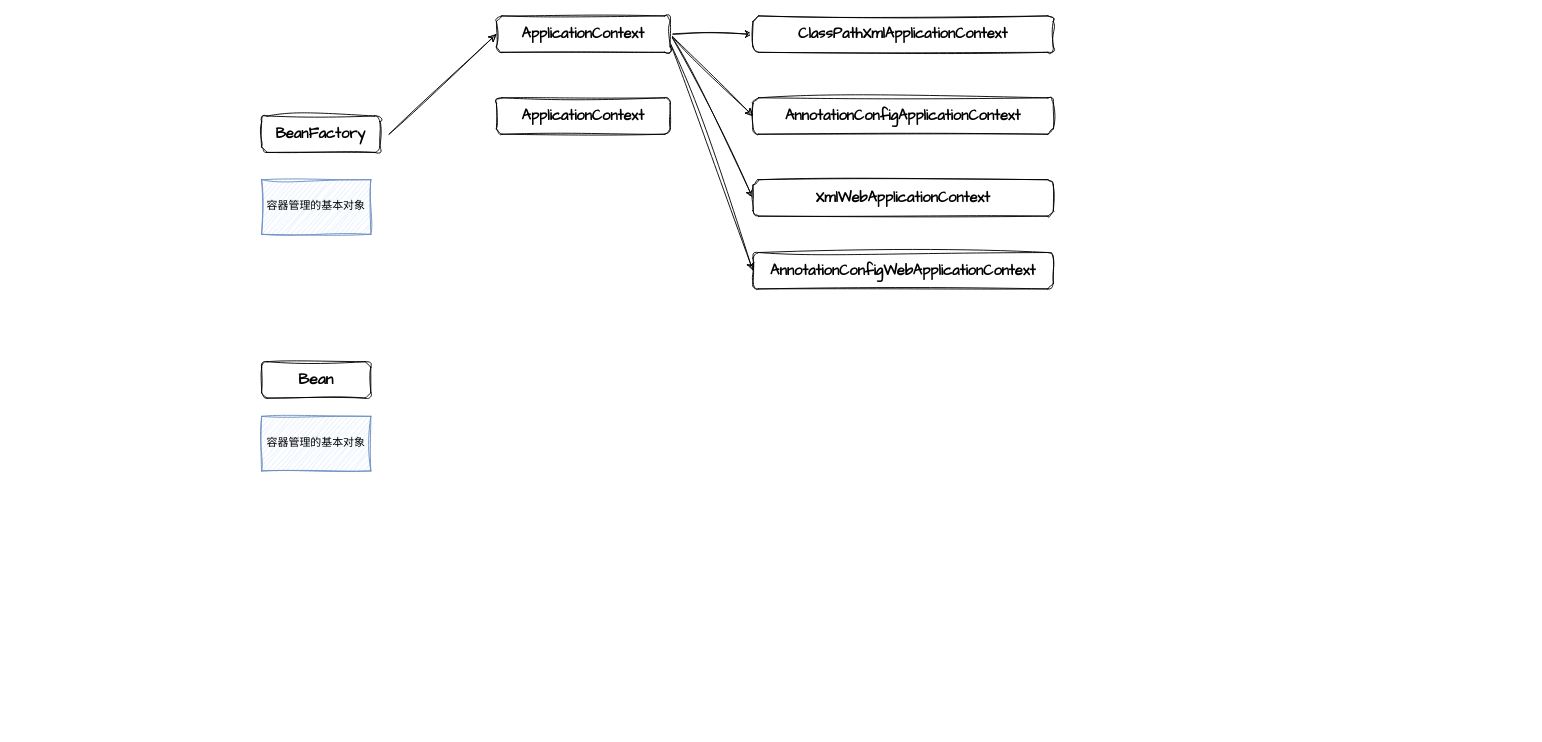
The draw.io diagram spring源码.drawio in minybear/drawIo, before the edit. Source tidied: cells renumbered, new cells numbered last; positions are measured from the earlier drawing's top-left corner, leaving out a move shared by most shapes. Both pictures are drawn from the tidied source at 91%, with x=0, y=0 at pixel (261, 15).
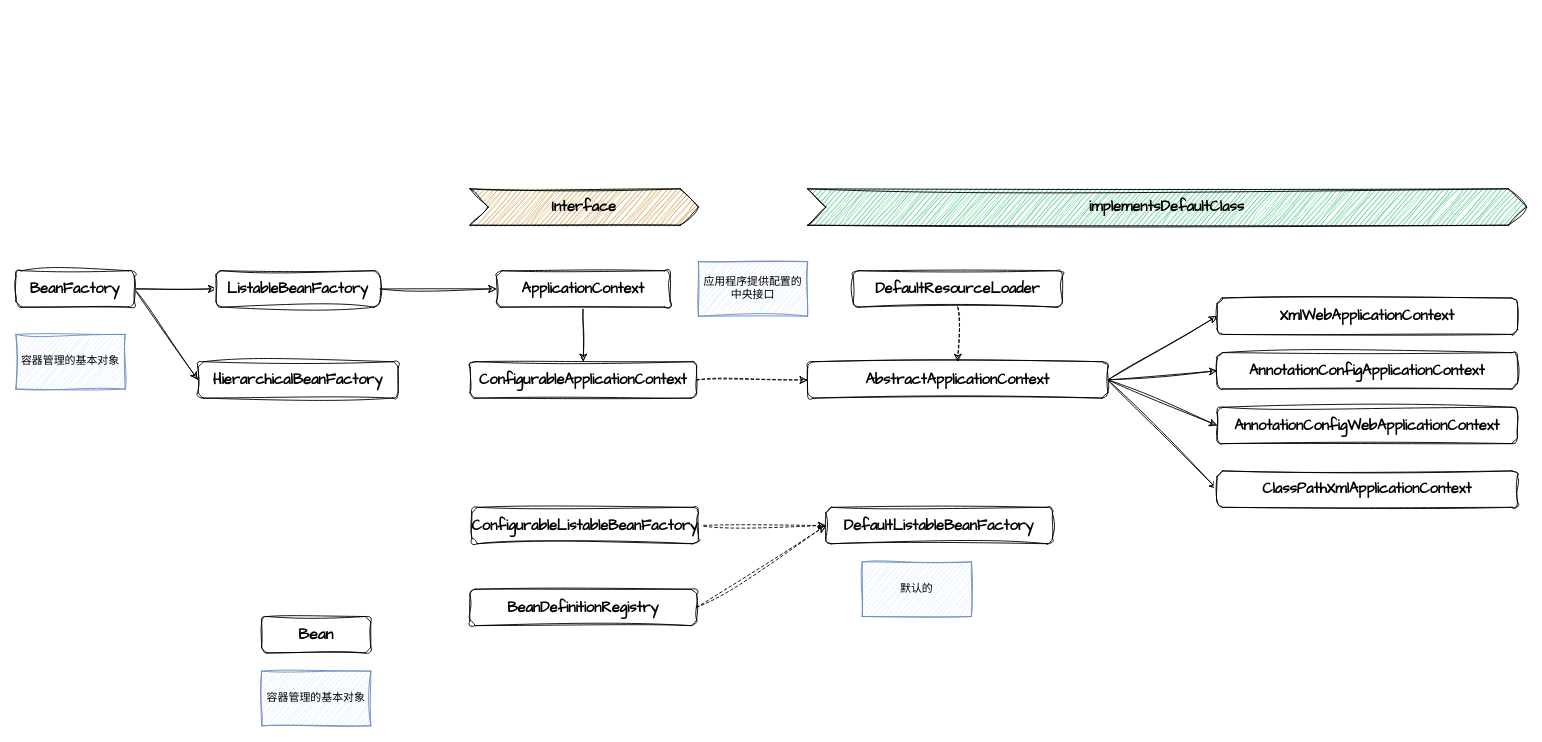
After the change.

Diff of the diagram source:
```diff
@@
+    <mxCell id="17" style="rounded=0;sketch=1;hachureGap=4;jiggle=2;curveFitting=1;jettySize=auto;html=1;exitX=1;exitY=0.5;exitDx=0;exitDy=0;entryX=0;entryY=0.5;entryDx=0;entryDy=0;fontFamily=Architects Daughter;" parent="1" edge="1" source="2" target="33">
+      <mxGeometry relative="1" as="geometry" />
+    </mxCell>
+    <mxCell id="18" style="rounded=0;sketch=1;hachureGap=4;jiggle=2;curveFitting=1;jettySize=auto;html=1;exitX=1;exitY=0.5;exitDx=0;exitDy=0;entryX=0;entryY=0.5;entryDx=0;entryDy=0;fontFamily=Architects Daughter;" parent="1" edge="1" source="2" target="34">
+      <mxGeometry relative="1" as="geometry" />
+    </mxCell>
     <mxCell id="2" value="BeanFactory" style="rounded=1;whiteSpace=wrap;html=1;sketch=1;hachureGap=4;jiggle=2;curveFitting=1;fontFamily=Architects Daughter;fontStyle=1;fontSize=16;" parent="1" vertex="1">
-      <mxGeometry y="110" width="130" height="40" as="geometry" />
+      <mxGeometry x="-270" y="280" width="130" height="40" as="geometry" />
     </mxCell>
-    <mxCell id="3" style="endArrow=classic;html=1;rounded=0;sketch=1;hachureGap=4;jiggle=2;curveFitting=1;fontFamily=Architects Daughter;entryX=0;entryY=0.5;entryDx=0;entryDy=0;" parent="1" edge="1" target="11">
-      <mxGeometry relative="1" as="geometry">
-        <mxPoint x="140" y="130" as="sourcePoint" />
-      </mxGeometry>
+    <mxCell id="3" style="endArrow=classic;html=1;rounded=0;sketch=1;hachureGap=4;jiggle=2;curveFitting=1;fontFamily=Architects Daughter;entryX=0;entryY=0.5;entryDx=0;entryDy=0;exitX=1;exitY=0.5;exitDx=0;exitDy=0;" parent="1" edge="1" source="33" target="11">
+      <mxGeometry relative="1" as="geometry" />
     </mxCell>
     <mxCell id="4" value="Bean" style="rounded=1;whiteSpace=wrap;html=1;sketch=1;hachureGap=4;jiggle=2;curveFitting=1;fontFamily=Architects Daughter;fontStyle=1;fontSize=17;" parent="1" vertex="1">
-      <mxGeometry y="380" width="120" height="40" as="geometry" />
+      <mxGeometry y="660" width="120" height="40" as="geometry" />
     </mxCell>
     <mxCell id="5" value="容器管理的基本对象" style="rounded=0;whiteSpace=wrap;html=1;sketch=1;hachureGap=4;jiggle=2;curveFitting=1;fontFamily=Architects Daughter;fillColor=#dae8fc;strokeColor=#6c8ebf;" parent="1" vertex="1">
-      <mxGeometry y="440" width="120" height="60" as="geometry" />
+      <mxGeometry y="720" width="120" height="60" as="geometry" />
     </mxCell>
     <mxCell id="6" value="容器管理的基本对象" style="rounded=0;whiteSpace=wrap;html=1;sketch=1;hachureGap=4;jiggle=2;curveFitting=1;fontFamily=Architects Daughter;fillColor=#dae8fc;strokeColor=#6c8ebf;" parent="1" vertex="1">
-      <mxGeometry y="180" width="120" height="60" as="geometry" />
+      <mxGeometry x="-270" y="350" width="120" height="60" as="geometry" />
     </mxCell>
-    <mxCell id="7" style="edgeStyle=orthogonalEdgeStyle;rounded=0;sketch=1;hachureGap=4;jiggle=2;curveFitting=1;jettySize=auto;html=1;exitX=1;exitY=0.5;exitDx=0;exitDy=0;fontFamily=Architects Daughter;entryX=0;entryY=0.5;entryDx=0;entryDy=0;" parent="1" edge="1" source="11" target="12">
+    <mxCell id="7" style="rounded=0;sketch=1;hachureGap=4;jiggle=2;curveFitting=1;jettySize=auto;html=1;fontFamily=Architects Daughter;entryX=0;entryY=0.5;entryDx=0;entryDy=0;exitX=1;exitY=0.5;exitDx=0;exitDy=0;" parent="1" edge="1" source="23" target="12">
       <mxGeometry relative="1" as="geometry" />
     </mxCell>
-    <mxCell id="8" style="edgeStyle=none;rounded=0;sketch=1;hachureGap=4;jiggle=2;curveFitting=1;jettySize=auto;html=1;exitX=1;exitY=0.5;exitDx=0;exitDy=0;fontFamily=Architects Daughter;entryX=0;entryY=0.5;entryDx=0;entryDy=0;" parent="1" edge="1" source="11" target="13">
+    <mxCell id="8" style="edgeStyle=none;rounded=0;sketch=1;hachureGap=4;jiggle=2;curveFitting=1;jettySize=auto;html=1;exitX=1;exitY=0.5;exitDx=0;exitDy=0;fontFamily=Architects Daughter;entryX=0;entryY=0.5;entryDx=0;entryDy=0;" parent="1" edge="1" source="23" target="13">
       <mxGeometry relative="1" as="geometry" />
     </mxCell>
-    <mxCell id="9" style="edgeStyle=none;rounded=0;sketch=1;hachureGap=4;jiggle=2;curveFitting=1;jettySize=auto;html=1;exitX=1;exitY=0.5;exitDx=0;exitDy=0;fontFamily=Architects Daughter;entryX=0;entryY=0.5;entryDx=0;entryDy=0;" parent="1" edge="1" source="11" target="14">
+    <mxCell id="9" style="edgeStyle=none;rounded=0;sketch=1;hachureGap=4;jiggle=2;curveFitting=1;jettySize=auto;html=1;exitX=1;exitY=0.5;exitDx=0;exitDy=0;fontFamily=Architects Daughter;entryX=0;entryY=0.5;entryDx=0;entryDy=0;" parent="1" edge="1" source="23" target="14">
       <mxGeometry relative="1" as="geometry" />
     </mxCell>
-    <mxCell id="10" style="edgeStyle=none;rounded=0;sketch=1;hachureGap=4;jiggle=2;curveFitting=1;jettySize=auto;html=1;exitX=1;exitY=0.75;exitDx=0;exitDy=0;fontFamily=Architects Daughter;entryX=0;entryY=0.5;entryDx=0;entryDy=0;" parent="1" edge="1" source="11" target="15">
+    <mxCell id="10" style="edgeStyle=none;rounded=0;sketch=1;hachureGap=4;jiggle=2;curveFitting=1;jettySize=auto;html=1;exitX=1;exitY=0.5;exitDx=0;exitDy=0;fontFamily=Architects Daughter;entryX=0;entryY=0.5;entryDx=0;entryDy=0;" parent="1" edge="1" source="23" target="15">
       <mxGeometry relative="1" as="geometry" />
     </mxCell>
+    <mxCell id="19" style="edgeStyle=orthogonalEdgeStyle;rounded=0;sketch=1;hachureGap=4;jiggle=2;curveFitting=1;jettySize=auto;html=1;exitX=0.5;exitY=1;exitDx=0;exitDy=0;entryX=0.5;entryY=0;entryDx=0;entryDy=0;fontFamily=Architects Daughter;" parent="1" edge="1" source="11" target="16">
+      <mxGeometry relative="1" as="geometry" />
+    </mxCell>
     <mxCell id="11" value="ApplicationContext" style="rounded=1;whiteSpace=wrap;html=1;sketch=1;hachureGap=4;jiggle=2;curveFitting=1;fontFamily=Architects Daughter;fontStyle=1;fontSize=16;" parent="1" vertex="1">
-      <mxGeometry x="258" width="191" height="40" as="geometry" />
+      <mxGeometry x="258" y="280" width="191" height="40" as="geometry" />
     </mxCell>
     <mxCell id="12" value="ClassPathXmlApplicationContext" style="rounded=1;whiteSpace=wrap;html=1;sketch=1;hachureGap=4;jiggle=2;curveFitting=1;fontFamily=Architects Daughter;fontStyle=1;fontSize=16;" parent="1" vertex="1">
-      <mxGeometry x="540" width="330" height="40" as="geometry" />
+      <mxGeometry x="1050" y="500" width="330" height="40" as="geometry" />
     </mxCell>
     <mxCell id="13" value="AnnotationConfigApplicationContext" style="rounded=1;whiteSpace=wrap;html=1;sketch=1;hachureGap=4;jiggle=2;curveFitting=1;fontFamily=Architects Daughter;fontStyle=1;fontSize=16;" parent="1" vertex="1">
-      <mxGeometry x="540" y="90" width="330" height="40" as="geometry" />
+      <mxGeometry x="1050" y="370" width="330" height="40" as="geometry" />
     </mxCell>
     <mxCell id="14" value="XmlWebApplicationContext" style="rounded=1;whiteSpace=wrap;html=1;sketch=1;hachureGap=4;jiggle=2;curveFitting=1;fontFamily=Architects Daughter;fontStyle=1;fontSize=16;" parent="1" vertex="1">
-      <mxGeometry x="540" y="180" width="330" height="40" as="geometry" />
+      <mxGeometry x="1050" y="310" width="330" height="40" as="geometry" />
     </mxCell>
     <mxCell id="15" value="AnnotationConfigWebApplicationContext" style="rounded=1;whiteSpace=wrap;html=1;sketch=1;hachureGap=4;jiggle=2;curveFitting=1;fontFamily=Architects Daughter;fontStyle=1;fontSize=16;" parent="1" vertex="1">
-      <mxGeometry x="540" y="260" width="330" height="40" as="geometry" />
+      <mxGeometry x="1050" y="430" width="330" height="40" as="geometry" />
     </mxCell>
+    <mxCell id="20" style="edgeStyle=orthogonalEdgeStyle;rounded=0;sketch=1;hachureGap=4;jiggle=2;curveFitting=1;jettySize=auto;html=1;exitX=1;exitY=0.5;exitDx=0;exitDy=0;entryX=0;entryY=0.5;entryDx=0;entryDy=0;fontFamily=Architects Daughter;dashed=1;" parent="1" edge="1" source="16" target="23">
+      <mxGeometry relative="1" as="geometry" />
+    </mxCell>
-    <mxCell id="16" value="ApplicationContext" style="rounded=1;whiteSpace=wrap;html=1;sketch=1;hachureGap=4;jiggle=2;curveFitting=1;fontFamily=Architects Daughter;fontStyle=1;fontSize=16;" parent="1" vertex="1">
-      <mxGeometry x="258" y="90" width="191" height="40" as="geometry" />
+    <mxCell id="16" value="ConfigurableApplicationContext" style="rounded=1;whiteSpace=wrap;html=1;sketch=1;hachureGap=4;jiggle=2;curveFitting=1;fontFamily=Architects Daughter;fontStyle=1;fontSize=16;" parent="1" vertex="1">
+      <mxGeometry x="229" y="380" width="249" height="40" as="geometry" />
     </mxCell>
+    <mxCell id="21" value="Interface" style="shape=step;perimeter=stepPerimeter;whiteSpace=wrap;html=1;fixedSize=1;sketch=1;hachureGap=4;jiggle=2;curveFitting=1;fontFamily=Architects Daughter;fontSize=16;fontStyle=1;labelBackgroundColor=none;fillColor=#c78d29;" parent="1" vertex="1">
+      <mxGeometry x="229" y="190" width="251" height="40" as="geometry" />
+    </mxCell>
+    <mxCell id="22" value="implementsDefaultClass" style="shape=step;perimeter=stepPerimeter;whiteSpace=wrap;html=1;fixedSize=1;sketch=1;hachureGap=4;jiggle=2;curveFitting=1;fontFamily=Architects Daughter;fontSize=16;fontStyle=1;labelBackgroundColor=none;fillColor=#24bc66;" parent="1" vertex="1">
+      <mxGeometry x="600" y="190" width="790" height="40" as="geometry" />
+    </mxCell>
+    <mxCell id="23" value="AbstractApplicationContext" style="rounded=1;whiteSpace=wrap;html=1;sketch=1;hachureGap=4;jiggle=2;curveFitting=1;fontFamily=Architects Daughter;fontStyle=1;fontSize=16;" parent="1" vertex="1">
+      <mxGeometry x="600" y="380" width="330" height="40" as="geometry" />
+    </mxCell>
+    <mxCell id="24" style="edgeStyle=orthogonalEdgeStyle;rounded=0;sketch=1;hachureGap=4;jiggle=2;curveFitting=1;jettySize=auto;html=1;exitX=0.5;exitY=1;exitDx=0;exitDy=0;entryX=0.5;entryY=0;entryDx=0;entryDy=0;fontFamily=Architects Daughter;dashed=1;" parent="1" edge="1" source="25" target="23">
+      <mxGeometry relative="1" as="geometry" />
+    </mxCell>
+    <mxCell id="25" value="DefaultResourceLoader" style="rounded=1;whiteSpace=wrap;html=1;sketch=1;hachureGap=4;jiggle=2;curveFitting=1;fontFamily=Architects Daughter;fontStyle=1;fontSize=16;" parent="1" vertex="1">
+      <mxGeometry x="650" y="280" width="230" height="40" as="geometry" />
+    </mxCell>
+    <mxCell id="26" value="应用程序提供配置的中央接口" style="rounded=0;whiteSpace=wrap;html=1;sketch=1;hachureGap=4;jiggle=2;curveFitting=1;fontFamily=Architects Daughter;fillColor=#dae8fc;strokeColor=#6c8ebf;" parent="1" vertex="1">
+      <mxGeometry x="480" y="270" width="120" height="60" as="geometry" />
+    </mxCell>
+    <mxCell id="27" value="DefaultListableBeanFactory" style="rounded=1;whiteSpace=wrap;html=1;sketch=1;hachureGap=4;jiggle=2;curveFitting=1;fontFamily=Architects Daughter;fontStyle=1;fontSize=16;" parent="1" vertex="1">
+      <mxGeometry x="620" y="540" width="249" height="40" as="geometry" />
+    </mxCell>
+    <mxCell id="28" value="默认的" style="rounded=0;whiteSpace=wrap;html=1;sketch=1;hachureGap=4;jiggle=2;curveFitting=1;fontFamily=Architects Daughter;fillColor=#dae8fc;strokeColor=#6c8ebf;" parent="1" vertex="1">
+      <mxGeometry x="660" y="600" width="120" height="60" as="geometry" />
+    </mxCell>
+    <mxCell id="29" style="edgeStyle=orthogonalEdgeStyle;rounded=0;sketch=1;hachureGap=4;jiggle=2;curveFitting=1;jettySize=auto;html=1;exitX=1;exitY=0.5;exitDx=0;exitDy=0;entryX=0;entryY=0.5;entryDx=0;entryDy=0;fontFamily=Architects Daughter;dashed=1;" parent="1" edge="1" source="30" target="27">
+      <mxGeometry relative="1" as="geometry" />
+    </mxCell>
+    <mxCell id="30" value="ConfigurableListableBeanFactory" style="rounded=1;whiteSpace=wrap;html=1;sketch=1;hachureGap=4;jiggle=2;curveFitting=1;fontFamily=Architects Daughter;fontStyle=1;fontSize=16;" parent="1" vertex="1">
+      <mxGeometry x="231" y="540" width="249" height="40" as="geometry" />
+    </mxCell>
+    <mxCell id="31" style="rounded=0;sketch=1;hachureGap=4;jiggle=2;curveFitting=1;jettySize=auto;html=1;exitX=1;exitY=0.5;exitDx=0;exitDy=0;entryX=0;entryY=0.5;entryDx=0;entryDy=0;fontFamily=Architects Daughter;dashed=1;" parent="1" edge="1" source="32" target="27">
+      <mxGeometry relative="1" as="geometry" />
+    </mxCell>
+    <mxCell id="32" value="BeanDefinitionRegistry" style="rounded=1;whiteSpace=wrap;html=1;sketch=1;hachureGap=4;jiggle=2;curveFitting=1;fontFamily=Architects Daughter;fontStyle=1;fontSize=16;" parent="1" vertex="1">
+      <mxGeometry x="229" y="630" width="249" height="40" as="geometry" />
+    </mxCell>
+    <mxCell id="33" value="ListableBeanFactory" style="rounded=1;whiteSpace=wrap;html=1;sketch=1;hachureGap=4;jiggle=2;curveFitting=1;fontFamily=Architects Daughter;fontStyle=1;fontSize=16;" parent="1" vertex="1">
+      <mxGeometry x="-50" y="280" width="180" height="40" as="geometry" />
+    </mxCell>
+    <mxCell id="34" value="HierarchicalBeanFactory" style="rounded=1;whiteSpace=wrap;html=1;sketch=1;hachureGap=4;jiggle=2;curveFitting=1;fontFamily=Architects Daughter;fontStyle=1;fontSize=16;" parent="1" vertex="1">
+      <mxGeometry x="-70" y="380" width="220" height="40" as="geometry" />
+    </mxCell>
```
